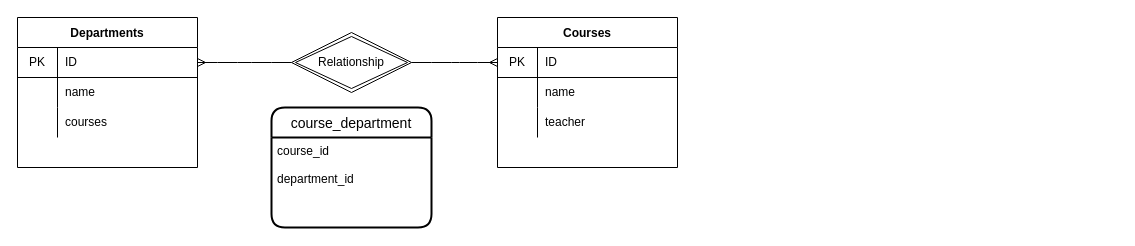
Earlier version of the draw.io diagram university_db.drawio (LauCost/db-university). Source tidied: cells renumbered, new cells numbered last; positions are measured from the earlier drawing's top-left corner, leaving out a move shared by most shapes. Both pictures are drawn from the tidied source at 100%, with x=0, y=0 at pixel (17, 17).
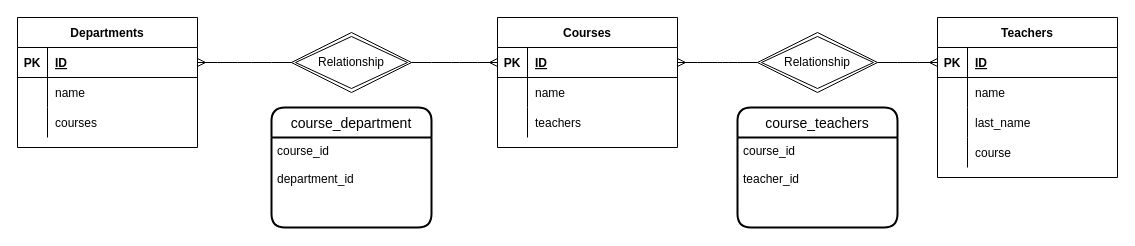
The same diagram, later.

Commit message:
Add teachers and the relationship with courses

The change refers to these unchanged cells:
```xml
<mxCell id="23" value="Relationship" style="shape=rhombus;double=1;perimeter=rhombusPerimeter;whiteSpace=wrap;html=1;align=center;" parent="1" vertex="1">
  <mxGeometry x="274" y="15" width="120" height="60" as="geometry" />
</mxCell>
```

The edit, as a diff of the source:
```diff
@@
-    <mxCell id="2" value="Departments" style="shape=table;startSize=30;childLayout=tableLayout;rowLines=0;fontStyle=1;align=center;" parent="1" vertex="1">
-      <mxGeometry width="180" height="150" as="geometry" />
-    </mxCell>
-    <mxCell id="3" style="shape=partialRectangle;html=1;whiteSpace=wrap;fillColor=none;top=0;left=0;bottom=1;right=0;points=[[0,0.5],[1,0.5]];portConstraint=eastwest;" parent="2" vertex="1">
-      <mxGeometry y="30" width="180" height="30" as="geometry" />
-    </mxCell>
-    <mxCell id="4" value="PK" style="shape=partialRectangle;html=1;whiteSpace=wrap;fillColor=none;top=0;left=0;bottom=0;right=0;overflow=hidden;" parent="3" vertex="1">
-      <mxGeometry width="40" height="30" as="geometry" />
-    </mxCell>
-    <mxCell id="5" value="ID" style="shape=partialRectangle;html=1;whiteSpace=wrap;fillColor=none;top=0;left=0;bottom=0;right=0;align=left;spacingLeft=6;overflow=hidden;" parent="3" vertex="1">
-      <mxGeometry x="40" width="140" height="30" as="geometry" />
-    </mxCell>
-    <mxCell id="6" style="shape=partialRectangle;html=1;whiteSpace=wrap;fillColor=none;top=0;left=0;bottom=0;right=0;" parent="2" vertex="1">
-      <mxGeometry y="60" width="180" height="30" as="geometry" />
-    </mxCell>
-    <mxCell id="7" style="shape=partialRectangle;html=1;whiteSpace=wrap;fillColor=none;top=0;left=0;bottom=0;right=0;overflow=hidden;" parent="6" vertex="1">
-      <mxGeometry width="40" height="30" as="geometry" />
-    </mxCell>
-    <mxCell id="8" value="name" style="shape=partialRectangle;html=1;whiteSpace=wrap;fillColor=none;top=0;left=0;bottom=0;right=0;align=left;spacingLeft=6;overflow=hidden;" parent="6" vertex="1">
-      <mxGeometry x="40" width="140" height="30" as="geometry" />
-    </mxCell>
-    <mxCell id="9" style="shape=partialRectangle;html=1;whiteSpace=wrap;fillColor=none;top=0;left=0;bottom=0;right=0;" parent="2" vertex="1">
-      <mxGeometry y="90" width="180" height="30" as="geometry" />
-    </mxCell>
-    <mxCell id="10" style="shape=partialRectangle;html=1;whiteSpace=wrap;fillColor=none;top=0;left=0;bottom=0;right=0;overflow=hidden;" parent="9" vertex="1">
-      <mxGeometry width="40" height="30" as="geometry" />
-    </mxCell>
-    <mxCell id="11" value="courses" style="shape=partialRectangle;html=1;whiteSpace=wrap;fillColor=none;top=0;left=0;bottom=0;right=0;align=left;spacingLeft=6;overflow=hidden;" parent="9" vertex="1">
-      <mxGeometry x="40" width="140" height="30" as="geometry" />
-    </mxCell>
-    <mxCell id="12" value="Courses" style="shape=table;startSize=30;childLayout=tableLayout;rowLines=0;fontStyle=1;align=center;" parent="1" vertex="1">
-      <mxGeometry x="480" width="180" height="150" as="geometry" />
-    </mxCell>
-    <mxCell id="13" style="shape=partialRectangle;html=1;whiteSpace=wrap;fillColor=none;top=0;left=0;bottom=1;right=0;points=[[0,0.5],[1,0.5]];portConstraint=eastwest;" parent="12" vertex="1">
-      <mxGeometry y="30" width="180" height="30" as="geometry" />
-    </mxCell>
-    <mxCell id="14" value="PK" style="shape=partialRectangle;html=1;whiteSpace=wrap;fillColor=none;top=0;left=0;bottom=0;right=0;overflow=hidden;" parent="13" vertex="1">
-      <mxGeometry width="40" height="30" as="geometry" />
-    </mxCell>
-    <mxCell id="15" value="ID" style="shape=partialRectangle;html=1;whiteSpace=wrap;fillColor=none;top=0;left=0;bottom=0;right=0;align=left;spacingLeft=6;overflow=hidden;" parent="13" vertex="1">
-      <mxGeometry x="40" width="140" height="30" as="geometry" />
-    </mxCell>
-    <mxCell id="16" style="shape=partialRectangle;html=1;whiteSpace=wrap;fillColor=none;top=0;left=0;bottom=0;right=0;" parent="12" vertex="1">
-      <mxGeometry y="60" width="180" height="30" as="geometry" />
-    </mxCell>
-    <mxCell id="17" style="shape=partialRectangle;html=1;whiteSpace=wrap;fillColor=none;top=0;left=0;bottom=0;right=0;overflow=hidden;" parent="16" vertex="1">
-      <mxGeometry width="40" height="30" as="geometry" />
-    </mxCell>
-    <mxCell id="18" value="name" style="shape=partialRectangle;html=1;whiteSpace=wrap;fillColor=none;top=0;left=0;bottom=0;right=0;align=left;spacingLeft=6;overflow=hidden;" parent="16" vertex="1">
-      <mxGeometry x="40" width="140" height="30" as="geometry" />
-    </mxCell>
-    <mxCell id="19" style="shape=partialRectangle;html=1;whiteSpace=wrap;fillColor=none;top=0;left=0;bottom=0;right=0;" parent="12" vertex="1">
-      <mxGeometry y="90" width="180" height="30" as="geometry" />
-    </mxCell>
-    <mxCell id="20" style="shape=partialRectangle;html=1;whiteSpace=wrap;fillColor=none;top=0;left=0;bottom=0;right=0;overflow=hidden;" parent="19" vertex="1">
-      <mxGeometry width="40" height="30" as="geometry" />
-    </mxCell>
-    <mxCell id="21" value="teacher" style="shape=partialRectangle;html=1;whiteSpace=wrap;fillColor=none;top=0;left=0;bottom=0;right=0;align=left;spacingLeft=6;overflow=hidden;" parent="19" vertex="1">
-      <mxGeometry x="40" width="140" height="30" as="geometry" />
-    </mxCell>
-    <mxCell id="22" style="edgeStyle=entityRelationEdgeStyle;fontSize=12;html=1;endArrow=ERmany;startArrow=none;exitX=1;exitY=0.5;exitDx=0;exitDy=0;entryX=0;entryY=0.5;entryDx=0;entryDy=0;" parent="1" edge="1" source="23" target="13">
-      <mxGeometry relative="1" as="geometry" />
+    <mxCell id="22" style="edgeStyle=entityRelationEdgeStyle;fontSize=12;html=1;endArrow=ERmany;startArrow=none;exitX=1;exitY=0.5;exitDx=0;exitDy=0;entryX=0;entryY=0.5;entryDx=0;entryDy=0;" parent="1" edge="1" source="23">
+      <mxGeometry relative="1" as="geometry">
+        <mxPoint x="480" y="45" as="targetPoint" />
+      </mxGeometry>
     </mxCell>
@@
-    <mxCell id="24" style="edgeStyle=entityRelationEdgeStyle;fontSize=12;html=1;endArrow=none;startArrow=ERmany;exitX=1;exitY=0.5;exitDx=0;exitDy=0;entryX=0;entryY=0.5;entryDx=0;entryDy=0;" parent="1" edge="1" source="3" target="23">
-      <mxGeometry relative="1" as="geometry" />
+    <mxCell id="24" style="edgeStyle=entityRelationEdgeStyle;fontSize=12;html=1;endArrow=none;startArrow=ERmany;exitX=1;exitY=0.5;exitDx=0;exitDy=0;entryX=0;entryY=0.5;entryDx=0;entryDy=0;" parent="1" edge="1" target="23">
+      <mxGeometry relative="1" as="geometry">
+        <mxPoint x="180" y="45" as="sourcePoint" />
+      </mxGeometry>
     </mxCell>
@@
+    <mxCell id="27" value="Teachers" style="shape=table;startSize=30;childLayout=tableLayout;rowLines=0;fontStyle=1;align=center;" parent="1" vertex="1">
+      <mxGeometry x="920" width="180" height="160" as="geometry" />
+    </mxCell>
+    <mxCell id="28" style="shape=partialRectangle;fillColor=none;top=0;left=0;bottom=1;right=0;points=[[0,0.5],[1,0.5]];portConstraint=eastwest;" parent="27" vertex="1">
+      <mxGeometry y="30" width="180" height="30" as="geometry" />
+    </mxCell>
+    <mxCell id="29" value="PK" style="shape=partialRectangle;fillColor=none;top=0;left=0;bottom=0;right=0;fontStyle=1;overflow=hidden;" parent="28" vertex="1">
+      <mxGeometry width="30" height="30" as="geometry" />
+    </mxCell>
+    <mxCell id="30" value="ID" style="shape=partialRectangle;fillColor=none;top=0;left=0;bottom=0;right=0;align=left;spacingLeft=6;fontStyle=5;overflow=hidden;" parent="28" vertex="1">
+      <mxGeometry x="30" width="150" height="30" as="geometry" />
+    </mxCell>
+    <mxCell id="31" style="shape=partialRectangle;fillColor=none;top=0;left=0;bottom=0;right=0;" parent="27" vertex="1">
+      <mxGeometry y="60" width="180" height="30" as="geometry" />
+    </mxCell>
+    <mxCell id="32" style="shape=partialRectangle;fillColor=none;top=0;left=0;bottom=0;right=0;overflow=hidden;" parent="31" vertex="1">
+      <mxGeometry width="30" height="30" as="geometry" />
+    </mxCell>
+    <mxCell id="33" value="name" style="shape=partialRectangle;fillColor=none;top=0;left=0;bottom=0;right=0;align=left;spacingLeft=6;overflow=hidden;" parent="31" vertex="1">
+      <mxGeometry x="30" width="150" height="30" as="geometry" />
+    </mxCell>
+    <mxCell id="34" style="shape=partialRectangle;fillColor=none;top=0;left=0;bottom=0;right=0;" parent="27" vertex="1">
+      <mxGeometry y="90" width="180" height="30" as="geometry" />
+    </mxCell>
+    <mxCell id="35" style="shape=partialRectangle;fillColor=none;top=0;left=0;bottom=0;right=0;overflow=hidden;" parent="34" vertex="1">
+      <mxGeometry width="30" height="30" as="geometry" />
+    </mxCell>
+    <mxCell id="36" value="last_name" style="shape=partialRectangle;fillColor=none;top=0;left=0;bottom=0;right=0;align=left;spacingLeft=6;overflow=hidden;" parent="34" vertex="1">
+      <mxGeometry x="30" width="150" height="30" as="geometry" />
+    </mxCell>
+    <mxCell id="37" style="shape=partialRectangle;fillColor=none;top=0;left=0;bottom=0;right=0;" parent="27" vertex="1">
+      <mxGeometry y="120" width="180" height="30" as="geometry" />
+    </mxCell>
+    <mxCell id="38" style="shape=partialRectangle;fillColor=none;top=0;left=0;bottom=0;right=0;overflow=hidden;" parent="37" vertex="1">
+      <mxGeometry width="30" height="30" as="geometry" />
+    </mxCell>
+    <mxCell id="39" value="course" style="shape=partialRectangle;fillColor=none;top=0;left=0;bottom=0;right=0;align=left;spacingLeft=6;overflow=hidden;" parent="37" vertex="1">
+      <mxGeometry x="30" width="150" height="30" as="geometry" />
+    </mxCell>
+    <mxCell id="40" style="edgeStyle=entityRelationEdgeStyle;fontSize=12;html=1;endArrow=ERmany;startArrow=none;exitX=1;exitY=0.5;exitDx=0;exitDy=0;" parent="1" edge="1" source="41" target="28">
+      <mxGeometry relative="1" as="geometry" />
+    </mxCell>
+    <mxCell id="41" value="Relationship" style="shape=rhombus;double=1;perimeter=rhombusPerimeter;whiteSpace=wrap;html=1;align=center;" parent="1" vertex="1">
+      <mxGeometry x="740" y="15" width="120" height="60" as="geometry" />
+    </mxCell>
+    <mxCell id="42" style="edgeStyle=entityRelationEdgeStyle;fontSize=12;html=1;endArrow=none;startArrow=ERmany;exitX=1;exitY=0.5;exitDx=0;exitDy=0;" parent="1" edge="1" target="41">
+      <mxGeometry relative="1" as="geometry">
+        <mxPoint x="660" y="45" as="sourcePoint" />
+      </mxGeometry>
+    </mxCell>
+    <mxCell id="43" value="course_teachers" style="swimlane;horizontal=1;startSize=30;rounded=1;fontSize=14;fontStyle=0;strokeWidth=2;shadow=0;dashed=0;align=center;" parent="1" vertex="1">
+      <mxGeometry x="720" y="90" width="160" height="120" as="geometry" />
+    </mxCell>
+    <mxCell id="44" value="course_id&#10;&#10;teacher_id" style="align=left;strokeColor=none;fillColor=none;spacingLeft=4;fontSize=12;verticalAlign=top;" parent="43" vertex="1">
+      <mxGeometry y="30" width="160" height="90" as="geometry" />
+    </mxCell>
+    <mxCell id="2" value="Departments" style="shape=table;startSize=30;childLayout=tableLayout;rowLines=0;fontStyle=1;align=center;" parent="1" vertex="1">
+      <mxGeometry width="180" height="130" as="geometry" />
+    </mxCell>
+    <mxCell id="45" style="shape=partialRectangle;fillColor=none;top=0;left=0;bottom=1;right=0;" parent="2" vertex="1">
+      <mxGeometry y="30" width="180" height="30" as="geometry" />
+    </mxCell>
+    <mxCell id="46" value="PK" style="shape=partialRectangle;fillColor=none;top=0;left=0;bottom=0;right=0;fontStyle=1;overflow=hidden;" parent="45" vertex="1">
+      <mxGeometry width="30" height="30" as="geometry" />
+    </mxCell>
+    <mxCell id="47" value="ID" style="shape=partialRectangle;fillColor=none;top=0;left=0;bottom=0;right=0;align=left;spacingLeft=6;fontStyle=5;overflow=hidden;" parent="45" vertex="1">
+      <mxGeometry x="30" width="150" height="30" as="geometry" />
+    </mxCell>
+    <mxCell id="48" style="shape=partialRectangle;fillColor=none;top=0;left=0;bottom=0;right=0;" parent="2" vertex="1">
+      <mxGeometry y="60" width="180" height="30" as="geometry" />
+    </mxCell>
+    <mxCell id="49" style="shape=partialRectangle;fillColor=none;top=0;left=0;bottom=0;right=0;overflow=hidden;" parent="48" vertex="1">
+      <mxGeometry width="30" height="30" as="geometry" />
+    </mxCell>
+    <mxCell id="50" value="name" style="shape=partialRectangle;fillColor=none;top=0;left=0;bottom=0;right=0;align=left;spacingLeft=6;overflow=hidden;" parent="48" vertex="1">
+      <mxGeometry x="30" width="150" height="30" as="geometry" />
+    </mxCell>
+    <mxCell id="51" style="shape=partialRectangle;fillColor=none;top=0;left=0;bottom=0;right=0;" parent="2" vertex="1">
+      <mxGeometry y="90" width="180" height="30" as="geometry" />
+    </mxCell>
+    <mxCell id="52" style="shape=partialRectangle;fillColor=none;top=0;left=0;bottom=0;right=0;overflow=hidden;" parent="51" vertex="1">
+      <mxGeometry width="30" height="30" as="geometry" />
+    </mxCell>
+    <mxCell id="11" value="courses" style="shape=partialRectangle;fillColor=none;top=0;left=0;bottom=0;right=0;align=left;spacingLeft=6;overflow=hidden;" parent="51" vertex="1">
+      <mxGeometry x="30" width="150" height="30" as="geometry" />
+    </mxCell>
+    <mxCell id="12" value="Courses" style="shape=table;startSize=30;childLayout=tableLayout;rowLines=0;fontStyle=1;align=center;" parent="1" vertex="1">
+      <mxGeometry x="480" width="180" height="130" as="geometry" />
+    </mxCell>
+    <mxCell id="53" style="shape=partialRectangle;fillColor=none;top=0;left=0;bottom=1;right=0;" parent="12" vertex="1">
+      <mxGeometry y="30" width="180" height="30" as="geometry" />
+    </mxCell>
+    <mxCell id="54" value="PK" style="shape=partialRectangle;fillColor=none;top=0;left=0;bottom=0;right=0;fontStyle=1;overflow=hidden;" parent="53" vertex="1">
+      <mxGeometry width="30" height="30" as="geometry" />
+    </mxCell>
+    <mxCell id="55" value="ID" style="shape=partialRectangle;fillColor=none;top=0;left=0;bottom=0;right=0;align=left;spacingLeft=6;fontStyle=5;overflow=hidden;" parent="53" vertex="1">
+      <mxGeometry x="30" width="150" height="30" as="geometry" />
+    </mxCell>
+    <mxCell id="56" style="shape=partialRectangle;fillColor=none;top=0;left=0;bottom=0;right=0;" parent="12" vertex="1">
+      <mxGeometry y="60" width="180" height="30" as="geometry" />
+    </mxCell>
+    <mxCell id="57" style="shape=partialRectangle;fillColor=none;top=0;left=0;bottom=0;right=0;overflow=hidden;" parent="56" vertex="1">
+      <mxGeometry width="30" height="30" as="geometry" />
+    </mxCell>
+    <mxCell id="58" value="name" style="shape=partialRectangle;fillColor=none;top=0;left=0;bottom=0;right=0;align=left;spacingLeft=6;overflow=hidden;" parent="56" vertex="1">
+      <mxGeometry x="30" width="150" height="30" as="geometry" />
+    </mxCell>
+    <mxCell id="59" style="shape=partialRectangle;fillColor=none;top=0;left=0;bottom=0;right=0;" parent="12" vertex="1">
+      <mxGeometry y="90" width="180" height="30" as="geometry" />
+    </mxCell>
+    <mxCell id="60" style="shape=partialRectangle;fillColor=none;top=0;left=0;bottom=0;right=0;overflow=hidden;" parent="59" vertex="1">
+      <mxGeometry width="30" height="30" as="geometry" />
+    </mxCell>
+    <mxCell id="61" value="teachers" style="shape=partialRectangle;fillColor=none;top=0;left=0;bottom=0;right=0;align=left;spacingLeft=6;overflow=hidden;" parent="59" vertex="1">
+      <mxGeometry x="30" width="150" height="30" as="geometry" />
+    </mxCell>
```
